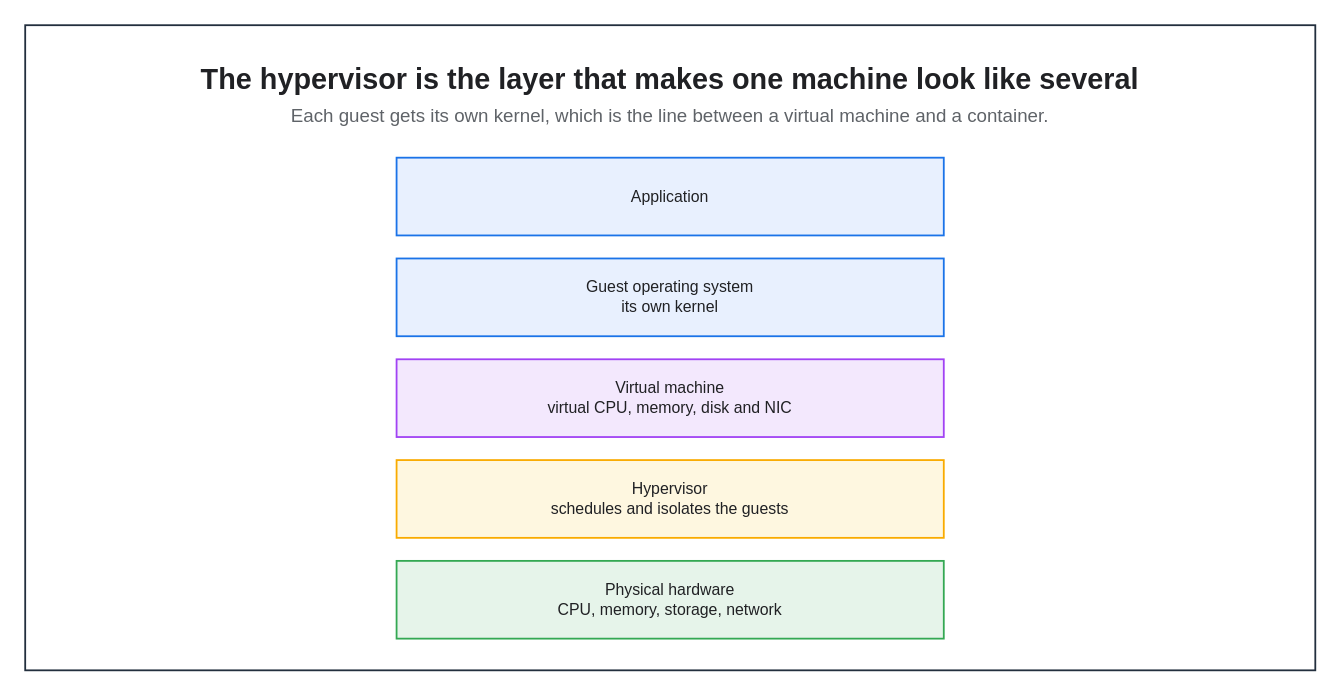
Before: assets/img/virtualization/virtualization-model.drawio in KKamJi98/kkamji98.github.io, a draw.io diagram. Source tidied: cells renumbered, new cells numbered last; positions are measured from the earlier drawing's top-left corner, leaving out a move shared by most shapes. Both pictures are drawn from the tidied source at 144%, with x=0, y=0 at pixel (24, 24).
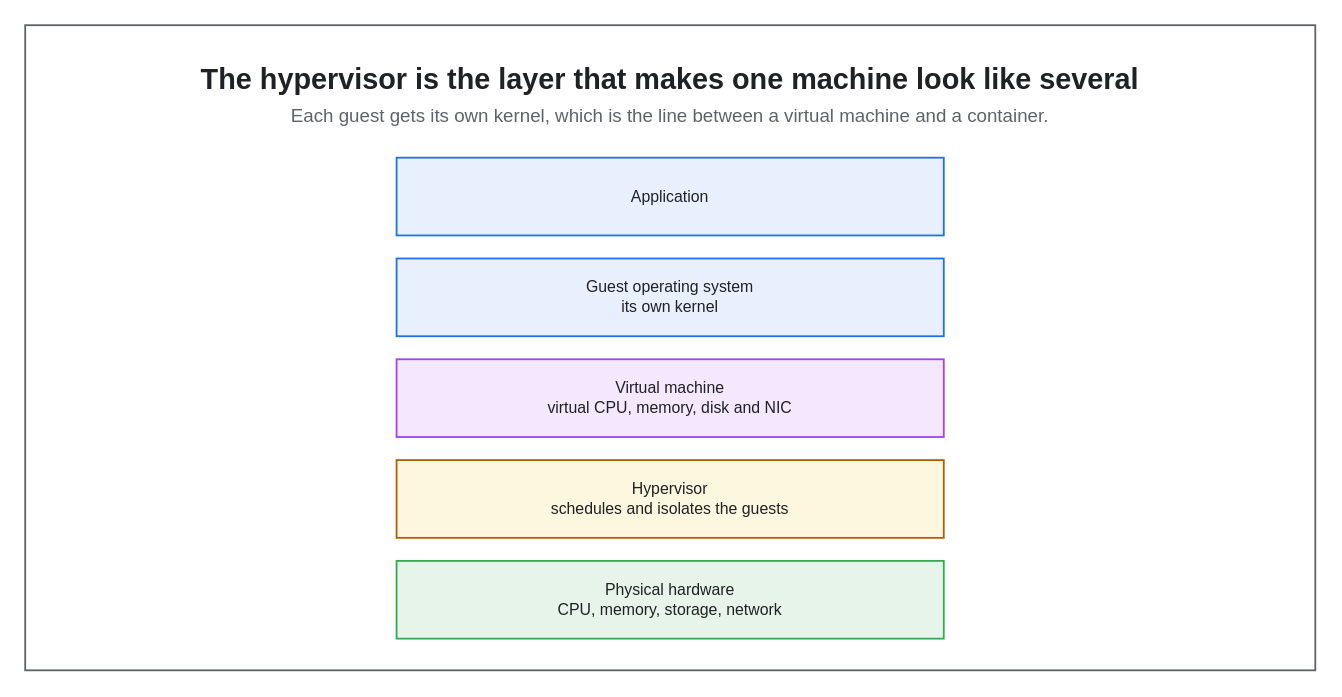
The same diagram, later.

Change to the diagram source:
```diff
@@
 <mxGraphModel background="#FFFFFF">
   <root>
     <mxCell id="0" />
     <mxCell id="1" parent="0" />
-    <mxCell id="2" style="rounded=0;html=0;fillColor=none;strokeColor=#232F3E;fontColor=#202124;strokeWidth=1.25;" parent="1" vertex="1">
+    <mxCell id="2" style="rounded=0;html=0;fillColor=none;strokeColor=#5F6368;fontColor=#202124;strokeWidth=1.25;" parent="1" vertex="1">
       <mxGeometry width="895.9" height="448" as="geometry" />
     </mxCell>
     <mxCell id="3" value="The hypervisor is the layer that makes one machine look like several" style="text;html=0;whiteSpace=wrap;fillColor=none;strokeColor=none;fontColor=#202124;fontSize=20;fontStyle=1;align=center;verticalAlign=middle;" parent="1" vertex="1">
       <mxGeometry x="22" y="22" width="851.9" height="30" as="geometry" />
     </mxCell>
     <mxCell id="4" value="Each guest gets its own kernel, which is the line between a virtual machine and a container." style="text;html=0;whiteSpace=wrap;fillColor=none;strokeColor=none;fontColor=#5F6368;fontSize=13;fontStyle=0;align=center;verticalAlign=middle;" parent="1" vertex="1">
       <mxGeometry x="22" y="52" width="851.9" height="22" as="geometry" />
     </mxCell>
     <mxCell id="5" value="Application" style="rounded=0;whiteSpace=wrap;html=0;fillColor=#E8F0FE;strokeColor=#1A73E8;fontColor=#202124;fontSize=11;fontStyle=0;align=center;verticalAlign=middle;spacingLeft=6;spacingRight=6;strokeWidth=1.25;" parent="1" vertex="1">
       <mxGeometry x="257.9" y="92" width="380" height="54" as="geometry" />
     </mxCell>
     <mxCell id="6" value="Guest operating system&#10;its own kernel" style="rounded=0;whiteSpace=wrap;html=0;fillColor=#E8F0FE;strokeColor=#1A73E8;fontColor=#202124;fontSize=11;fontStyle=0;align=center;verticalAlign=middle;spacingLeft=6;spacingRight=6;strokeWidth=1.25;" parent="1" vertex="1">
       <mxGeometry x="257.9" y="162" width="380" height="54" as="geometry" />
     </mxCell>
     <mxCell id="7" value="Virtual machine&#10;virtual CPU, memory, disk and NIC" style="rounded=0;whiteSpace=wrap;html=0;fillColor=#F3E8FD;strokeColor=#A142F4;fontColor=#202124;fontSize=11;fontStyle=0;align=center;verticalAlign=middle;spacingLeft=6;spacingRight=6;strokeWidth=1.25;" parent="1" vertex="1">
       <mxGeometry x="257.9" y="232" width="380" height="54" as="geometry" />
     </mxCell>
-    <mxCell id="8" value="Hypervisor&#10;schedules and isolates the guests" style="rounded=0;whiteSpace=wrap;html=0;fillColor=#FEF7E0;strokeColor=#F9AB00;fontColor=#202124;fontSize=11;fontStyle=0;align=center;verticalAlign=middle;spacingLeft=6;spacingRight=6;strokeWidth=1.25;" parent="1" vertex="1">
+    <mxCell id="8" value="Hypervisor&#10;schedules and isolates the guests" style="rounded=0;whiteSpace=wrap;html=0;fillColor=#FEF7E0;strokeColor=#B06000;fontColor=#202124;fontSize=11;fontStyle=0;align=center;verticalAlign=middle;spacingLeft=6;spacingRight=6;strokeWidth=1.25;" parent="1" vertex="1">
       <mxGeometry x="257.9" y="302" width="380" height="54" as="geometry" />
     </mxCell>
     <mxCell id="9" value="Physical hardware&#10;CPU, memory, storage, network" style="rounded=0;whiteSpace=wrap;html=0;fillColor=#E6F4EA;strokeColor=#34A853;fontColor=#202124;fontSize=11;fontStyle=0;align=center;verticalAlign=middle;spacingLeft=6;spacingRight=6;strokeWidth=1.25;" parent="1" vertex="1">
       <mxGeometry x="257.9" y="372" width="380" height="54" as="geometry" />
     </mxCell>
   </root>
 </mxGraphModel>
```
